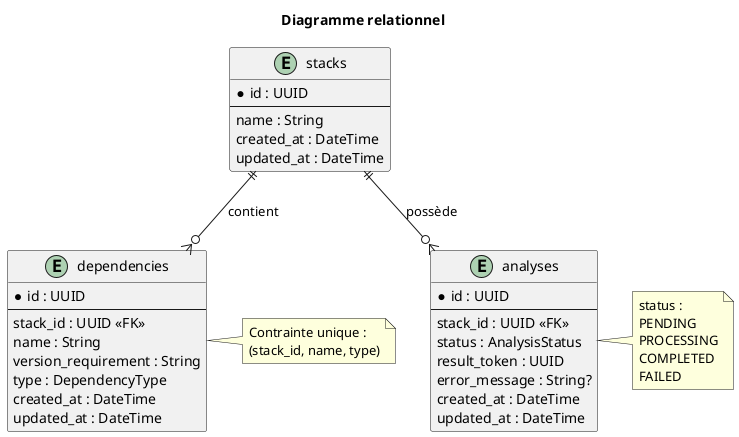
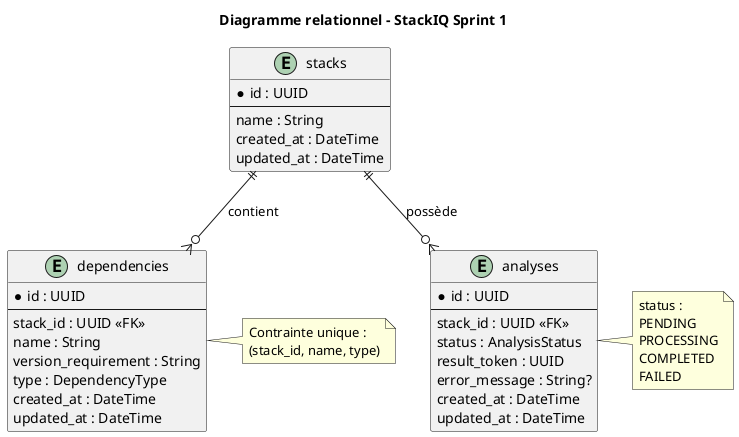
@startuml
- title Diagramme relationnel
+ title Diagramme relationnel - StackIQ Sprint 1

entity "stacks" as Stack {
  * id : UUID
  --
  name : String
  created_at : DateTime
  updated_at : DateTime
}

entity "dependencies" as Dependency {
  * id : UUID
  --
  stack_id : UUID <<FK>>
  name : String
  version_requirement : String
  type : DependencyType
  created_at : DateTime
  updated_at : DateTime
}

entity "analyses" as Analysis {
  * id : UUID
  --
  stack_id : UUID <<FK>>
  status : AnalysisStatus
  result_token : UUID
  error_message : String?
  created_at : DateTime
  updated_at : DateTime
}

Stack ||--o{ Dependency : contient
Stack ||--o{ Analysis : possède

note right of Dependency
Contrainte unique :
(stack_id, name, type)
end note

note right of Analysis
status :
PENDING
PROCESSING
COMPLETED
FAILED
end note

@enduml